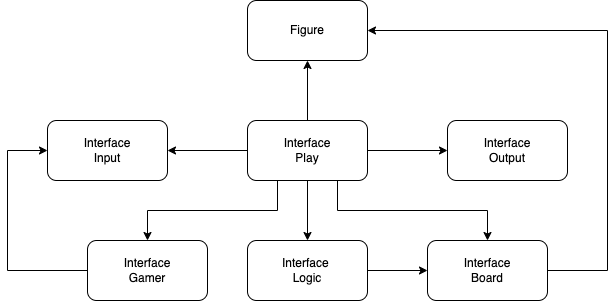
Earlier version of the draw.io export data/image/tic-tac-toe.drawio.png (PavelM2205/job4j_grabber). Source tidied: cells renumbered, new cells last; positions are measured from the earlier drawing's top-left corner, leaving out a move shared by most shapes.
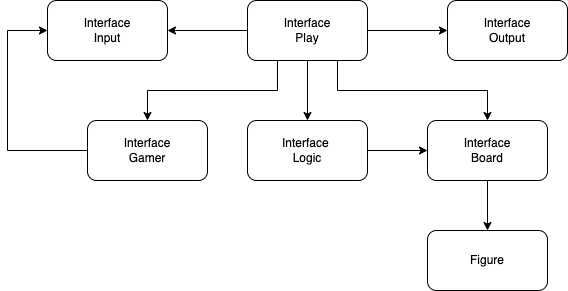
After the change.

Commit message:
2. Крестики-нолики. Тестовое задание. [#793]

What changed in the source:
```diff
@@ -2,9 +2,6 @@
   <root>
     <mxCell id="0" />
     <mxCell id="1" parent="0" />
-    <mxCell id="2" style="edgeStyle=orthogonalEdgeStyle;rounded=0;jettySize=auto;html=1;exitX=0.5;exitY=0;exitDx=0;exitDy=0;entryX=0.5;entryY=1;entryDx=0;entryDy=0;" parent="1" edge="1" source="8" target="9">
-      <mxGeometry relative="1" as="geometry" />
-    </mxCell>
     <mxCell id="3" style="edgeStyle=orthogonalEdgeStyle;rounded=0;jettySize=auto;html=1;exitX=1;exitY=0.5;exitDx=0;exitDy=0;" parent="1" edge="1" source="8" target="13">
       <mxGeometry relative="1" as="geometry" />
     </mxCell>
@@ -28,15 +25,10 @@
       <mxGeometry x="240" y="120" width="120" height="60" as="geometry" />
     </mxCell>
     <mxCell id="9" value="Figure" style="rounded=1;whiteSpace=wrap;html=1;" parent="1" vertex="1">
-      <mxGeometry x="240" width="120" height="60" as="geometry" />
+      <mxGeometry x="420" y="350" width="120" height="60" as="geometry" />
     </mxCell>
-    <mxCell id="10" style="edgeStyle=orthogonalEdgeStyle;rounded=0;jettySize=auto;html=1;exitX=1;exitY=0.5;exitDx=0;exitDy=0;entryX=1;entryY=0.5;entryDx=0;entryDy=0;" parent="1" edge="1" source="11" target="9">
-      <mxGeometry relative="1" as="geometry">
-        <Array as="points">
-          <mxPoint x="600" y="270" />
-          <mxPoint x="600" y="30" />
-        </Array>
-      </mxGeometry>
+    <mxCell id="10" style="edgeStyle=orthogonalEdgeStyle;rounded=0;jettySize=auto;html=1;exitX=0.5;exitY=1;exitDx=0;exitDy=0;entryX=0.5;entryY=0;entryDx=0;entryDy=0;" parent="1" edge="1" source="11" target="9">
+      <mxGeometry relative="1" as="geometry" />
     </mxCell>
     <mxCell id="11" value="Interface&lt;br&gt;Board" style="rounded=1;whiteSpace=wrap;html=1;" parent="1" vertex="1">
       <mxGeometry x="420" y="240" width="120" height="60" as="geometry" />
```
